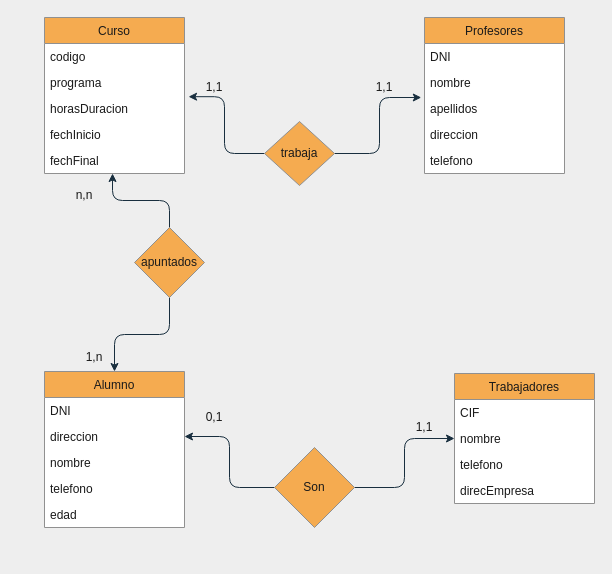
This is diagrams/exercice2.drawio from rayl-bot/mysql-diagrams, a draw.io file, before an edit. Source tidied: cells renumbered, new cells numbered last; positions are measured from the earlier drawing's top-left corner, leaving out a move shared by most shapes. Both pictures are drawn from the tidied source at 100%, with x=0, y=0 at pixel (44, 17).
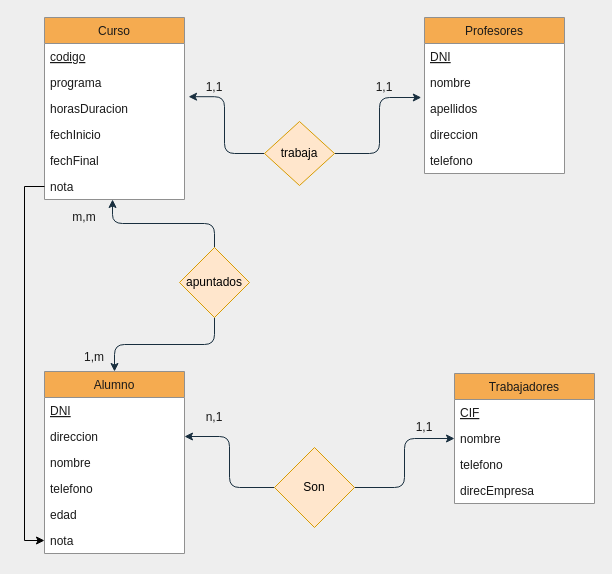
After the change.

The change refers to these unchanged cells:
```xml
<mxCell id="8" value="Trabajadores" style="swimlane;fontStyle=0;horizontal=1;startSize=26;fillColor=#F5AB50;strokeColor=#909090;swimlaneFillColor=#ffffff;fontColor=#1A1A1A;" parent="1" vertex="1">
  <mxGeometry x="410" y="356" width="140" height="130" as="geometry" />
</mxCell>
<mxCell id="26" value="Profesores" style="swimlane;fontStyle=0;horizontal=1;startSize=26;fillColor=#F5AB50;strokeColor=#909090;swimlaneFillColor=#ffffff;fontColor=#1A1A1A;" parent="1" vertex="1">
  <mxGeometry x="380" width="140" height="156" as="geometry" />
</mxCell>
```

Change to the diagram source:
```diff
@@
     <mxCell id="2" value="Alumno" style="swimlane;fontStyle=0;horizontal=1;startSize=26;fillColor=#F5AB50;strokeColor=#909090;swimlaneFillColor=#ffffff;fontColor=#1A1A1A;" parent="1" vertex="1">
-      <mxGeometry y="354" width="140" height="156" as="geometry" />
+      <mxGeometry y="354" width="140" height="182" as="geometry" />
     </mxCell>
-    <mxCell id="3" value="DNI" style="text;strokeColor=none;fillColor=none;align=left;verticalAlign=top;spacingLeft=4;spacingRight=4;overflow=hidden;fontColor=#1A1A1A;" parent="2" vertex="1">
+    <mxCell id="3" value="DNI" style="text;strokeColor=none;fillColor=none;align=left;verticalAlign=top;spacingLeft=4;spacingRight=4;overflow=hidden;fontColor=#1A1A1A;fontStyle=4;" parent="2" vertex="1">
       <mxGeometry y="26" width="140" height="26" as="geometry" />
     </mxCell>
@@
+    <mxCell id="41" value="edad" style="text;strokeColor=none;fillColor=none;align=left;verticalAlign=top;spacingLeft=4;spacingRight=4;overflow=hidden;fontColor=#1A1A1A;" parent="2" vertex="1">
+      <mxGeometry y="130" width="140" height="26" as="geometry" />
+    </mxCell>
-    <mxCell id="7" value="edad" style="text;strokeColor=none;fillColor=none;align=left;verticalAlign=top;spacingLeft=4;spacingRight=4;overflow=hidden;points=[[0,0.5],[1,0.5]];portConstraint=eastwest;fontColor=#1A1A1A;" parent="2" vertex="1">
-      <mxGeometry y="130" width="140" height="26" as="geometry" />
+    <mxCell id="7" value="nota" style="text;strokeColor=none;fillColor=none;align=left;verticalAlign=top;spacingLeft=4;spacingRight=4;overflow=hidden;points=[[0,0.5],[1,0.5]];portConstraint=eastwest;fontColor=#1A1A1A;" parent="2" vertex="1">
+      <mxGeometry y="156" width="140" height="26" as="geometry" />
     </mxCell>
@@
-    <mxCell id="9" value="CIF" style="text;strokeColor=none;fillColor=none;align=left;verticalAlign=top;spacingLeft=4;spacingRight=4;overflow=hidden;fontColor=#1A1A1A;" parent="8" vertex="1">
+    <mxCell id="9" value="CIF" style="text;strokeColor=none;fillColor=none;align=left;verticalAlign=top;spacingLeft=4;spacingRight=4;overflow=hidden;fontColor=#1A1A1A;fontStyle=4;" parent="8" vertex="1">
       <mxGeometry y="26" width="140" height="26" as="geometry" />
     </mxCell>
@@
-    <mxCell id="15" value="Son" style="rhombus;whiteSpace=wrap;html=1;fillColor=#F5AB50;strokeColor=#909090;fontColor=#1A1A1A;" parent="1" vertex="1">
+    <mxCell id="15" value="Son" style="rhombus;whiteSpace=wrap;html=1;fillColor=#ffe6cc;strokeColor=#d79b00;" parent="1" vertex="1">
       <mxGeometry x="230" y="430" width="80" height="80" as="geometry" />
     </mxCell>
@@
     <mxCell id="17" value="Curso" style="swimlane;fontStyle=0;horizontal=1;startSize=26;fillColor=#F5AB50;strokeColor=#909090;swimlaneFillColor=#ffffff;fontColor=#1A1A1A;" parent="1" vertex="1">
-      <mxGeometry width="140" height="156" as="geometry" />
+      <mxGeometry width="140" height="182" as="geometry" />
     </mxCell>
-    <mxCell id="18" value="codigo" style="text;strokeColor=none;fillColor=none;align=left;verticalAlign=top;spacingLeft=4;spacingRight=4;overflow=hidden;fontColor=#1A1A1A;" parent="17" vertex="1">
+    <mxCell id="18" value="codigo" style="text;strokeColor=none;fillColor=none;align=left;verticalAlign=top;spacingLeft=4;spacingRight=4;overflow=hidden;fontColor=#1A1A1A;fontStyle=4;" parent="17" vertex="1">
       <mxGeometry y="26" width="140" height="26" as="geometry" />
     </mxCell>
@@
+    <mxCell id="42" value="fechFinal" style="text;strokeColor=none;fillColor=none;align=left;verticalAlign=top;spacingLeft=4;spacingRight=4;overflow=hidden;fontColor=#1A1A1A;" parent="17" vertex="1">
+      <mxGeometry y="130" width="140" height="26" as="geometry" />
+    </mxCell>
-    <mxCell id="22" value="fechFinal" style="text;strokeColor=none;fillColor=none;align=left;verticalAlign=top;spacingLeft=4;spacingRight=4;overflow=hidden;points=[[0,0.5],[1,0.5]];portConstraint=eastwest;fontColor=#1A1A1A;" parent="17" vertex="1">
-      <mxGeometry y="130" width="140" height="26" as="geometry" />
+    <mxCell id="22" value="nota" style="text;strokeColor=none;fillColor=none;align=left;verticalAlign=top;spacingLeft=4;spacingRight=4;overflow=hidden;points=[[0,0.5],[1,0.5]];portConstraint=eastwest;fontColor=#1A1A1A;" parent="17" vertex="1">
+      <mxGeometry y="156" width="140" height="26" as="geometry" />
     </mxCell>
@@
-    <mxCell id="25" value="apuntados" style="rhombus;whiteSpace=wrap;html=1;fillColor=#F5AB50;strokeColor=#909090;fontColor=#1A1A1A;" parent="1" vertex="1">
-      <mxGeometry x="90" y="210" width="70" height="70" as="geometry" />
+    <mxCell id="25" value="apuntados" style="rhombus;whiteSpace=wrap;html=1;fillColor=#ffe6cc;strokeColor=#d79b00;" parent="1" vertex="1">
+      <mxGeometry x="135" y="230" width="70" height="70" as="geometry" />
     </mxCell>
@@
-    <mxCell id="27" value="DNI" style="text;strokeColor=none;fillColor=none;align=left;verticalAlign=top;spacingLeft=4;spacingRight=4;overflow=hidden;fontColor=#1A1A1A;" parent="26" vertex="1">
+    <mxCell id="27" value="DNI" style="text;strokeColor=none;fillColor=none;align=left;verticalAlign=top;spacingLeft=4;spacingRight=4;overflow=hidden;fontColor=#1A1A1A;fontStyle=4;" parent="26" vertex="1">
       <mxGeometry y="26" width="140" height="26" as="geometry" />
     </mxCell>
@@
-    <mxCell id="34" value="trabaja" style="rhombus;whiteSpace=wrap;html=1;fillColor=#F5AB50;strokeColor=#909090;fontColor=#1A1A1A;" parent="1" vertex="1">
+    <mxCell id="34" value="trabaja" style="rhombus;whiteSpace=wrap;html=1;fillColor=#ffe6cc;strokeColor=#d79b00;" parent="1" vertex="1">
       <mxGeometry x="220" y="104" width="70" height="64" as="geometry" />
     </mxCell>
@@
-    <mxCell id="37" value="n,n" style="text;html=1;strokeColor=none;fillColor=none;align=center;verticalAlign=middle;whiteSpace=wrap;fontColor=#1A1A1A;" parent="1" vertex="1">
-      <mxGeometry x="20" y="168" width="40" height="20" as="geometry" />
+    <mxCell id="37" value="m,m" style="text;html=1;strokeColor=none;fillColor=none;align=center;verticalAlign=middle;whiteSpace=wrap;fontColor=#1A1A1A;" parent="1" vertex="1">
+      <mxGeometry x="20" y="190" width="40" height="20" as="geometry" />
     </mxCell>
-    <mxCell id="38" value="1,n" style="text;html=1;strokeColor=none;fillColor=none;align=center;verticalAlign=middle;whiteSpace=wrap;fontColor=#1A1A1A;" parent="1" vertex="1">
+    <mxCell id="38" value="1,m" style="text;html=1;strokeColor=none;fillColor=none;align=center;verticalAlign=middle;whiteSpace=wrap;fontColor=#1A1A1A;" parent="1" vertex="1">
       <mxGeometry x="30" y="330" width="40" height="20" as="geometry" />
     </mxCell>
@@
-    <mxCell id="40" value="0,1" style="text;html=1;strokeColor=none;fillColor=none;align=center;verticalAlign=middle;whiteSpace=wrap;fontColor=#1A1A1A;" parent="1" vertex="1">
+    <mxCell id="40" value="n,1" style="text;html=1;strokeColor=none;fillColor=none;align=center;verticalAlign=middle;whiteSpace=wrap;fontColor=#1A1A1A;" parent="1" vertex="1">
       <mxGeometry x="150" y="390" width="40" height="20" as="geometry" />
     </mxCell>
+    <mxCell id="43" style="edgeStyle=orthogonalEdgeStyle;rounded=0;jettySize=auto;html=1;exitX=0;exitY=0.5;exitDx=0;exitDy=0;entryX=0;entryY=0.5;entryDx=0;entryDy=0;" parent="1" edge="1" source="22" target="7">
+      <mxGeometry relative="1" as="geometry" />
+    </mxCell>
```
